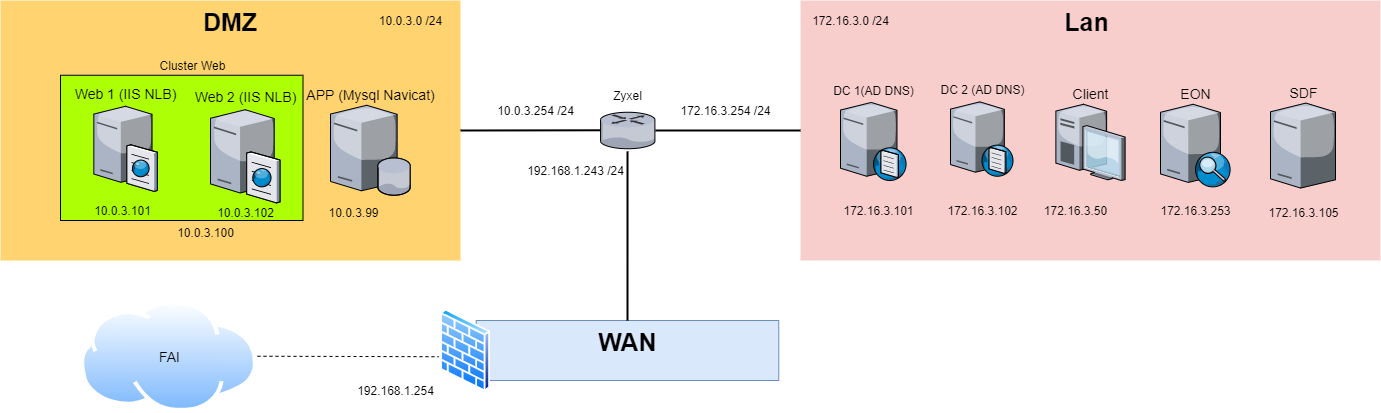
The draw.io diagram images/Visio infra bts 2e année.png in jprex59/testmonsiteinternet, before a commit. Source tidied: cells renumbered, new cells last; positions are measured from the earlier drawing's top-left corner, leaving out a move shared by most shapes.
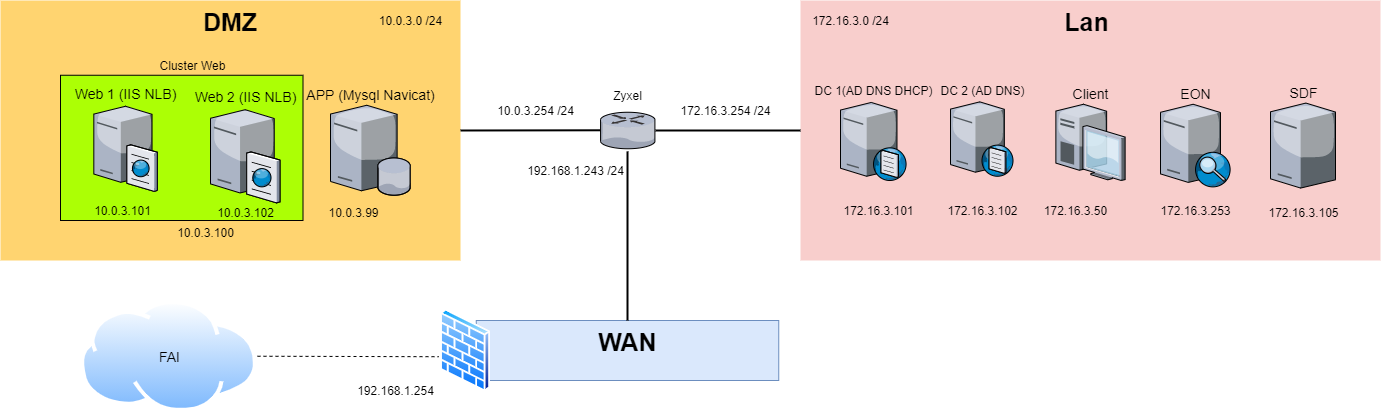
After the change.

The edit, as a diff of the source:
```diff
@@ -64,7 +64,7 @@
     <mxCell id="21" value="DC 2 (AD DNS)&lt;br&gt;" style="verticalLabelPosition=top;html=1;verticalAlign=bottom;strokeColor=none;align=center;shape=mxgraph.citrix.dns_server;labelPosition=center;" parent="1" vertex="1">
       <mxGeometry x="950" y="99.5" width="63.1" height="76.2" as="geometry" />
     </mxCell>
-    <mxCell id="22" value="DC 1(AD DNS)&lt;br&gt;" style="verticalLabelPosition=top;html=1;verticalAlign=bottom;strokeColor=none;align=center;shape=mxgraph.citrix.dns_server;labelPosition=center;" parent="1" vertex="1">
+    <mxCell id="22" value="DC 1(AD DNS DHCP)" style="verticalLabelPosition=top;html=1;verticalAlign=bottom;strokeColor=none;align=center;shape=mxgraph.citrix.dns_server;labelPosition=center;" parent="1" vertex="1">
       <mxGeometry x="840" y="100" width="66.2" height="80" as="geometry" />
     </mxCell>
     <mxCell id="23" value="172.16.3.101" style="text;html=1;align=center;verticalAlign=middle;" parent="1" vertex="1">
```
